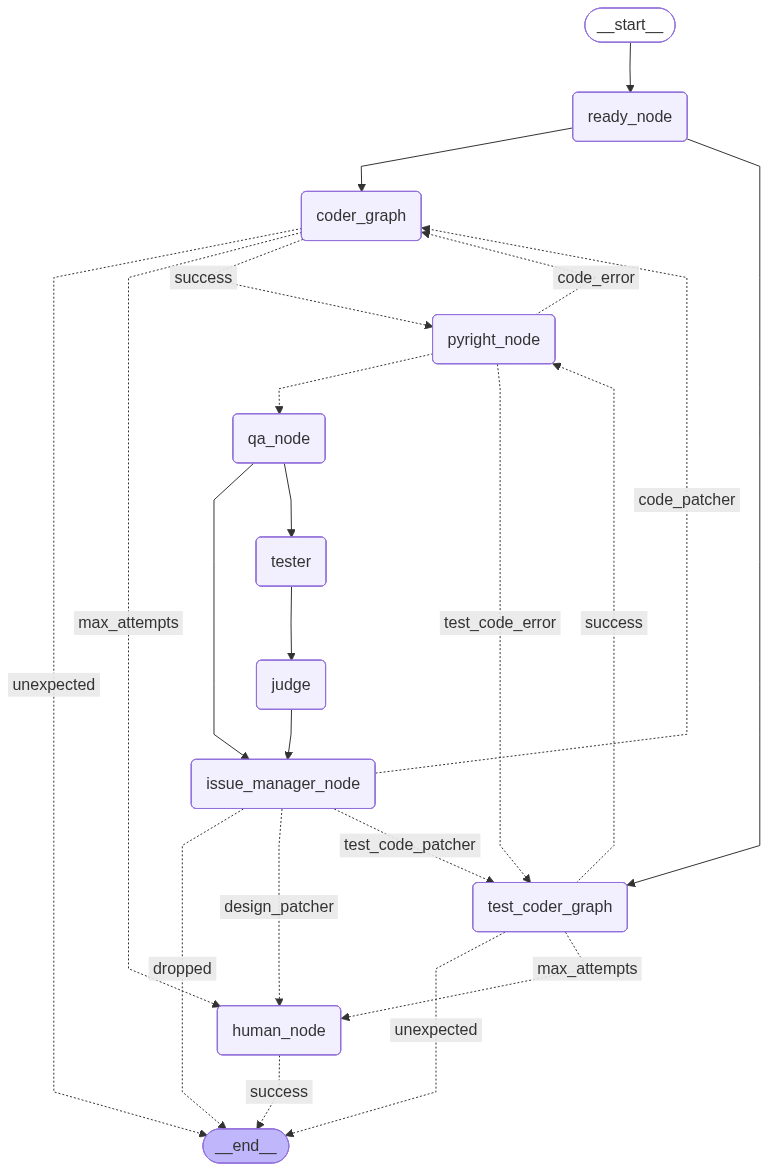
Above: art/workflow.png in ddongzi/someai (Mermaid), before the change. Its source is kept beside it as art/workflow.mmd.
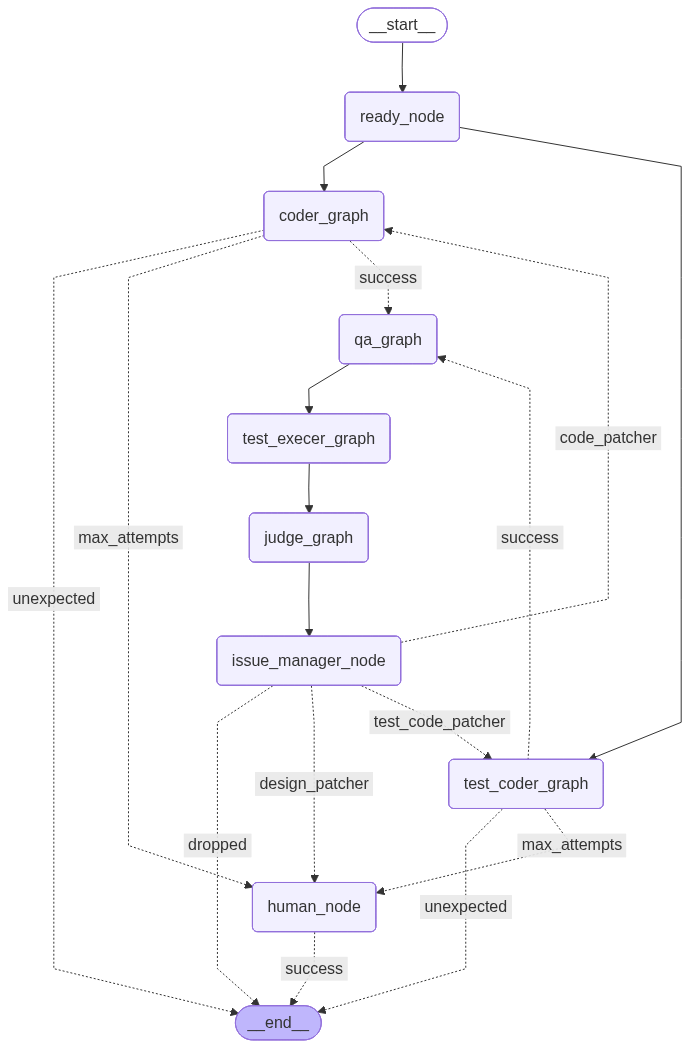
After the commit.

Change to the diagram source:
```diff
@@ -8,34 +8,29 @@
 	ready_node(ready_node)
 	coder_graph(coder_graph)
 	test_coder_graph(test_coder_graph)
-	pyright_node(pyright_node)
-	tester(tester)
+	test_execer_graph(test_execer_graph)
 	human_node(human_node)
-	qa_node(qa_node)
-	judge(judge)
+	qa_graph(qa_graph)
+	judge_graph(judge_graph)
 	issue_manager_node(issue_manager_node)
 	__end__([<p>__end__</p>]):::last
 	__start__ --> ready_node;
 	coder_graph -. &nbsp;unexpected&nbsp; .-> __end__;
 	coder_graph -. &nbsp;max_attempts&nbsp; .-> human_node;
-	coder_graph -. &nbsp;success&nbsp; .-> pyright_node;
+	coder_graph -. &nbsp;success&nbsp; .-> qa_graph;
 	human_node -. &nbsp;success&nbsp; .-> __end__;
 	issue_manager_node -. &nbsp;dropped&nbsp; .-> __end__;
 	issue_manager_node -. &nbsp;code_patcher&nbsp; .-> coder_graph;
 	issue_manager_node -. &nbsp;design_patcher&nbsp; .-> human_node;
 	issue_manager_node -. &nbsp;test_code_patcher&nbsp; .-> test_coder_graph;
-	judge --> issue_manager_node;
-	pyright_node -. &nbsp;code_error&nbsp; .-> coder_graph;
-	pyright_node -.-> qa_node;
-	pyright_node -. &nbsp;test_code_error&nbsp; .-> test_coder_graph;
-	qa_node --> issue_manager_node;
-	qa_node --> tester;
+	judge_graph --> issue_manager_node;
+	qa_graph --> test_execer_graph;
 	ready_node --> coder_graph;
 	ready_node --> test_coder_graph;
 	test_coder_graph -. &nbsp;unexpected&nbsp; .-> __end__;
 	test_coder_graph -. &nbsp;max_attempts&nbsp; .-> human_node;
-	test_coder_graph -. &nbsp;success&nbsp; .-> pyright_node;
-	tester --> judge;
+	test_coder_graph -. &nbsp;success&nbsp; .-> qa_graph;
+	test_execer_graph --> judge_graph;
 	classDef default fill:#f2f0ff,line-height:1.2
 	classDef first fill-opacity:0
 	classDef last fill:#bfb6fc
```
